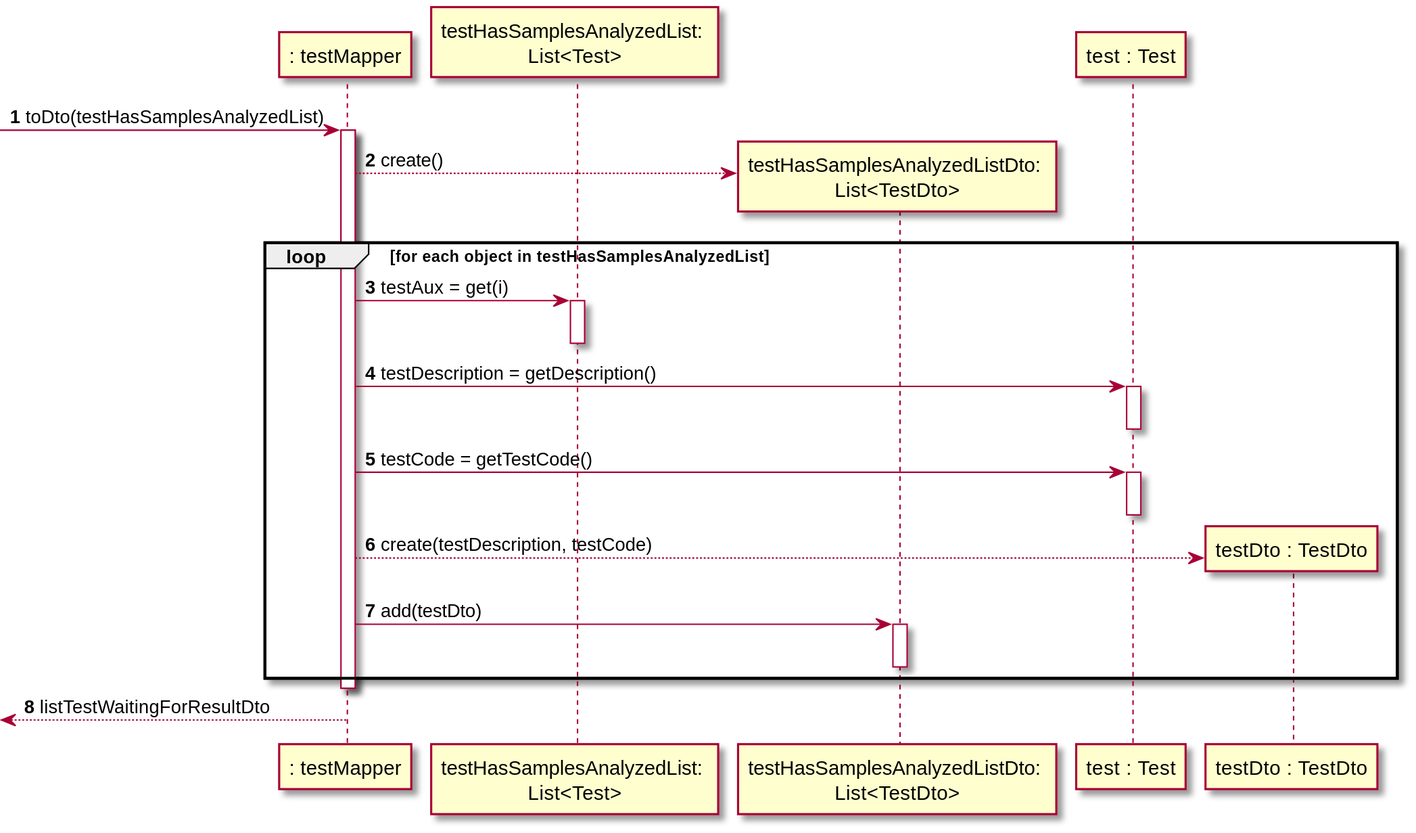
Above: docs/SprintC/US14/SD_TestHasSamplesAnalyzedMapper_toDto_List.svg in manu-07-ela/LAPR2_ISEP (PlantUML), before the change.
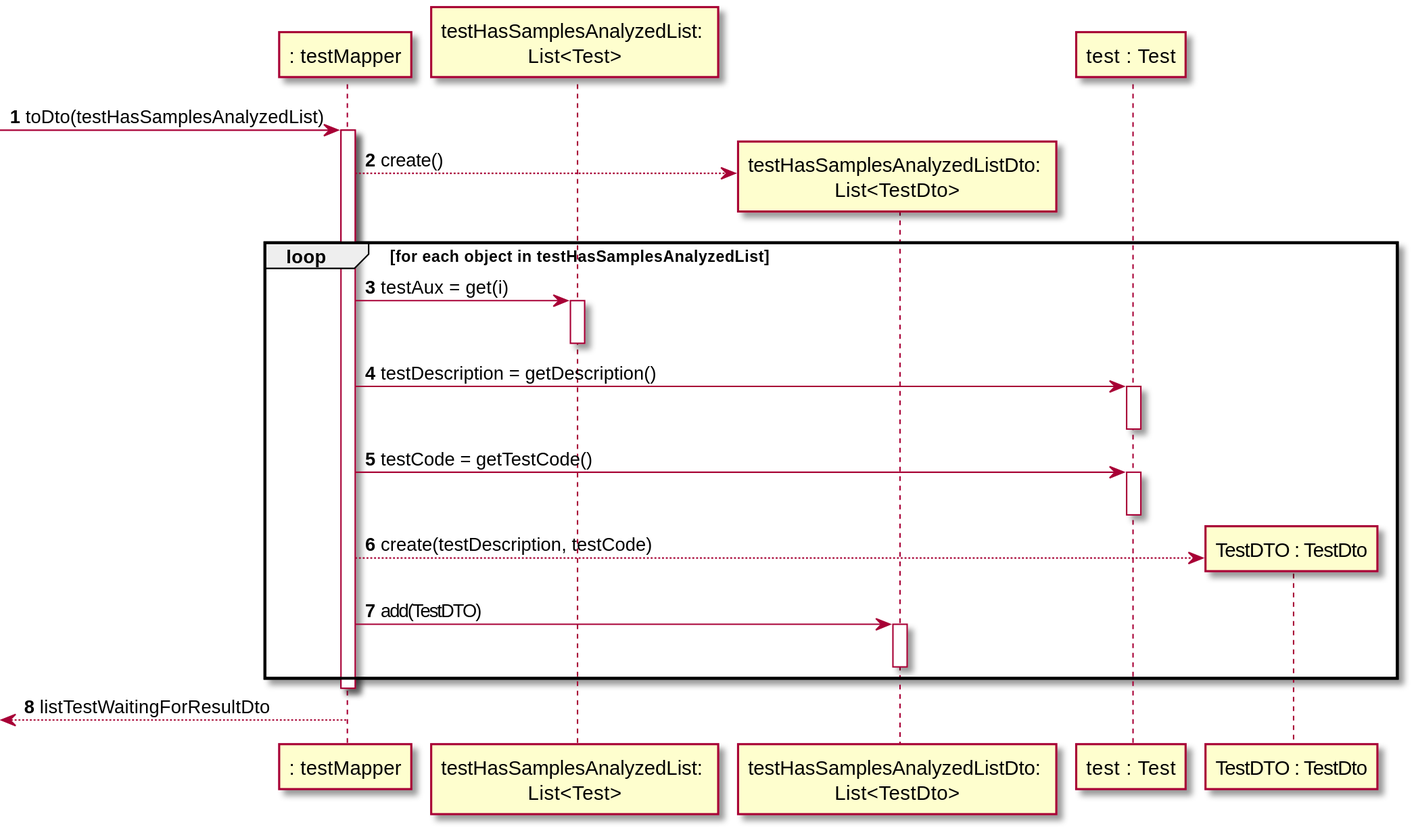
After the commit.

Change to the diagram source:
```diff
@@ -5,7 +5,7 @@
 participant "testHasSamplesAnalyzedList: \nList<Test>" as LTestSA
 participant "testHasSamplesAnalyzedListDto: \nList<TestDto>" as LTestSADTO
 participant "test : Test" as TEST
-participant "testDto : TestDto" as TESTDTO
+participant "TestDTO : TestDto" as TESTDTO
 
 -> MAPPER : toDto(testHasSamplesAnalyzedList)
 activate MAPPER
@@ -21,7 +21,7 @@
 activate TEST
 deactivate TEST
 MAPPER --> TESTDTO** : create(testDescription, testCode)
-MAPPER -> LTestSADTO : add(testDto)
+MAPPER -> LTestSADTO : add(TestDTO)
 activate LTestSADTO
 deactivate LTestSADTO
 end
```
